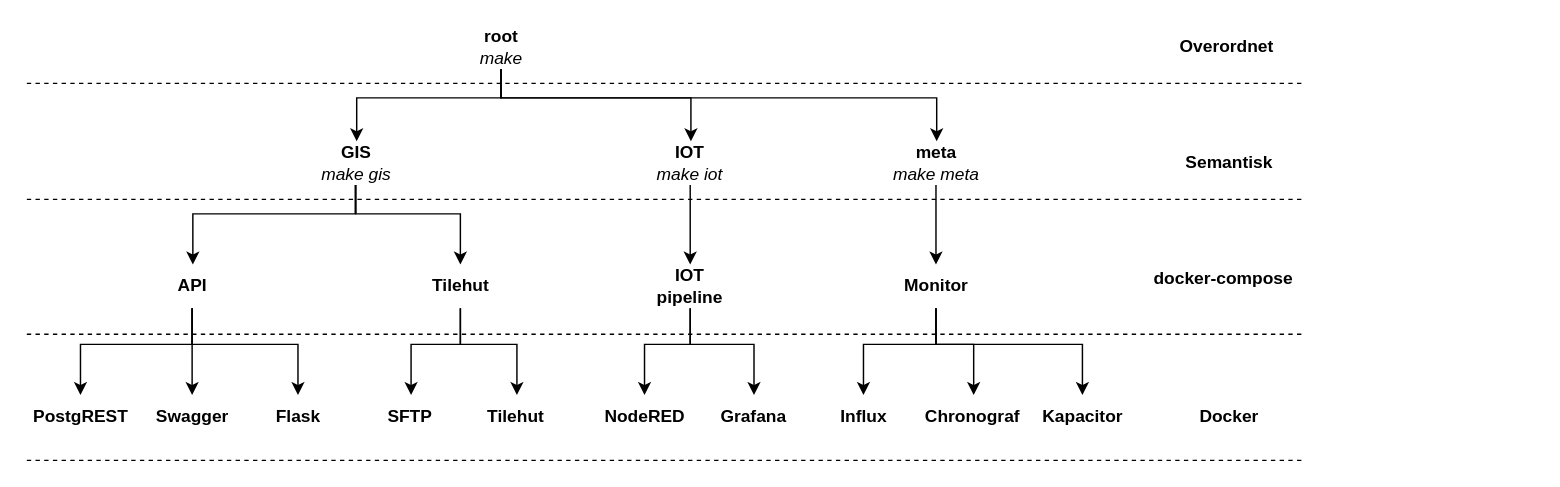
Above: figures/tree.drawio in frederiksberg/prod-app1-deployment (draw.io), before the change. Source tidied: cells renumbered, new cells numbered last; positions are measured from the earlier drawing's top-left corner, leaving out a move shared by most shapes. Both pictures are drawn from the tidied source at 145%, with x=0, y=0 at pixel (25, 25).
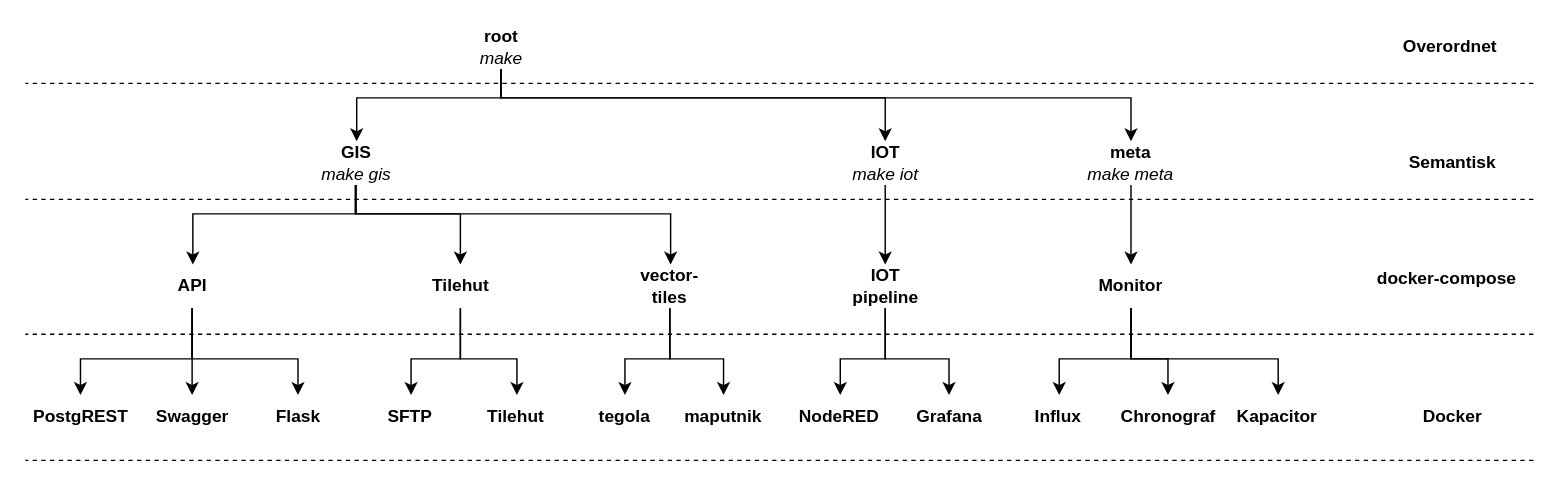
The same diagram, later.

Unchanged cells that the change refers to:
```xml
<mxCell id="5" value="&lt;b&gt;root&lt;/b&gt;&lt;br&gt;&lt;i&gt;make&lt;/i&gt;&lt;br&gt;" style="text;html=1;strokeColor=none;fillColor=none;align=center;verticalAlign=middle;whiteSpace=wrap;rounded=0;" parent="1" vertex="1">
  <mxGeometry x="296.5" width="63" height="30" as="geometry" />
</mxCell>
<mxCell id="24" value="&lt;b&gt;GIS&lt;/b&gt;&lt;br&gt;&lt;i&gt;make gis&lt;/i&gt;&lt;br&gt;" style="text;html=1;strokeColor=none;fillColor=none;align=center;verticalAlign=middle;whiteSpace=wrap;rounded=0;" parent="1" vertex="1">
  <mxGeometry x="196.5" y="80" width="63" height="30" as="geometry" />
</mxCell>
<mxCell id="28" value="&lt;b&gt;API&lt;/b&gt;&lt;br&gt;" style="text;html=1;strokeColor=none;fillColor=none;align=center;verticalAlign=middle;whiteSpace=wrap;rounded=0;" parent="1" vertex="1">
  <mxGeometry x="83.5" y="165" width="63" height="30" as="geometry" />
</mxCell>
<mxCell id="31" value="&lt;b&gt;Tilehut&lt;/b&gt;&lt;br&gt;" style="text;html=1;strokeColor=none;fillColor=none;align=center;verticalAlign=middle;whiteSpace=wrap;rounded=0;" parent="1" vertex="1">
  <mxGeometry x="268.5" y="165" width="63" height="30" as="geometry" />
</mxCell>
<mxCell id="32" value="&lt;b&gt;SFTP&lt;/b&gt;&lt;br&gt;" style="text;html=1;strokeColor=none;fillColor=none;align=center;verticalAlign=middle;whiteSpace=wrap;rounded=0;" parent="1" vertex="1">
  <mxGeometry x="234" y="255" width="63" height="30" as="geometry" />
</mxCell>
<mxCell id="33" value="&lt;b&gt;Tilehut&lt;/b&gt;&lt;br&gt;" style="text;html=1;strokeColor=none;fillColor=none;align=center;verticalAlign=middle;whiteSpace=wrap;rounded=0;" parent="1" vertex="1">
  <mxGeometry x="307" y="255" width="63" height="30" as="geometry" />
</mxCell>
<mxCell id="35" value="&lt;b&gt;Flask&lt;/b&gt;&lt;br&gt;" style="text;html=1;strokeColor=none;fillColor=none;align=center;verticalAlign=middle;whiteSpace=wrap;rounded=0;" parent="1" vertex="1">
  <mxGeometry x="156.5" y="255" width="63" height="30" as="geometry" />
</mxCell>
<mxCell id="36" value="&lt;b&gt;PostgREST&lt;/b&gt;" style="text;html=1;strokeColor=none;fillColor=none;align=center;verticalAlign=middle;whiteSpace=wrap;rounded=0;" parent="1" vertex="1">
  <mxGeometry x="6.5" y="255" width="63" height="30" as="geometry" />
</mxCell>
```

What changed in the source:
```diff
@@
+    <mxCell id="4" style="edgeStyle=orthogonalEdgeStyle;rounded=0;jettySize=auto;html=1;" parent="1" edge="1" source="5" target="16">
+      <mxGeometry relative="1" as="geometry">
+        <Array as="points">
+          <mxPoint x="328" y="50" />
+          <mxPoint x="593" y="50" />
+        </Array>
+      </mxGeometry>
+    </mxCell>
-    <mxCell id="3" style="edgeStyle=orthogonalEdgeStyle;rounded=0;jettySize=auto;html=1;" parent="1" edge="1" source="5" target="7">
+    <mxCell id="3" style="edgeStyle=orthogonalEdgeStyle;rounded=0;jettySize=auto;html=1;entryX=0.5;entryY=0;entryDx=0;entryDy=0;" parent="1" edge="1" source="5" target="7">
       <mxGeometry relative="1" as="geometry">
         <Array as="points">
-          <mxPoint x="328.5" y="50" />
-          <mxPoint x="628.5" y="50" />
+          <mxPoint x="328" y="50" />
+          <mxPoint x="763" y="50" />
         </Array>
       </mxGeometry>
     </mxCell>
-    <mxCell id="4" style="edgeStyle=orthogonalEdgeStyle;rounded=0;jettySize=auto;html=1;" parent="1" edge="1" source="5" target="16">
-      <mxGeometry relative="1" as="geometry">
-        <Array as="points">
-          <mxPoint x="328" y="50" />
-          <mxPoint x="459" y="50" />
-        </Array>
-      </mxGeometry>
-    </mxCell>
@@
     <mxCell id="7" value="&lt;b&gt;meta&lt;/b&gt;&lt;br&gt;&lt;i&gt;make meta&lt;/i&gt;&lt;br&gt;" style="text;html=1;strokeColor=none;fillColor=none;align=center;verticalAlign=middle;whiteSpace=wrap;rounded=0;" parent="1" vertex="1">
-      <mxGeometry x="596.5" y="80" width="63" height="30" as="geometry" />
+      <mxGeometry x="731" y="80" width="63" height="30" as="geometry" />
     </mxCell>
     <mxCell id="8" style="edgeStyle=orthogonalEdgeStyle;rounded=0;jettySize=auto;html=1;" parent="1" edge="1" source="11" target="14">
       <mxGeometry relative="1" as="geometry">
         <Array as="points">
-          <mxPoint x="628" y="220" />
-          <mxPoint x="578" y="220" />
+          <mxPoint x="763" y="230" />
+          <mxPoint x="713" y="230" />
         </Array>
       </mxGeometry>
     </mxCell>
     <mxCell id="9" style="edgeStyle=orthogonalEdgeStyle;rounded=0;jettySize=auto;html=1;" parent="1" edge="1" source="11" target="13">
       <mxGeometry relative="1" as="geometry">
         <Array as="points">
-          <mxPoint x="628" y="220" />
-          <mxPoint x="654" y="220" />
+          <mxPoint x="763" y="230" />
+          <mxPoint x="788" y="230" />
         </Array>
       </mxGeometry>
     </mxCell>
     <mxCell id="10" style="edgeStyle=orthogonalEdgeStyle;rounded=0;jettySize=auto;html=1;" parent="1" edge="1" source="11" target="12">
       <mxGeometry relative="1" as="geometry">
         <Array as="points">
-          <mxPoint x="628" y="220" />
-          <mxPoint x="729" y="220" />
+          <mxPoint x="763" y="230" />
+          <mxPoint x="864" y="230" />
         </Array>
       </mxGeometry>
     </mxCell>
     <mxCell id="11" value="&lt;b&gt;Monitor&lt;/b&gt;&lt;br&gt;" style="text;html=1;strokeColor=none;fillColor=none;align=center;verticalAlign=middle;whiteSpace=wrap;rounded=0;" parent="1" vertex="1">
-      <mxGeometry x="596.5" y="165" width="63" height="30" as="geometry" />
+      <mxGeometry x="731" y="165" width="63" height="30" as="geometry" />
     </mxCell>
     <mxCell id="12" value="&lt;b&gt;Kapacitor&lt;/b&gt;&lt;br&gt;" style="text;html=1;strokeColor=none;fillColor=none;align=center;verticalAlign=middle;whiteSpace=wrap;rounded=0;" parent="1" vertex="1">
-      <mxGeometry x="697.5" y="255" width="63" height="30" as="geometry" />
+      <mxGeometry x="832" y="255" width="63" height="30" as="geometry" />
     </mxCell>
     <mxCell id="13" value="&lt;b&gt;Chronograf&lt;/b&gt;&lt;br&gt;" style="text;html=1;strokeColor=none;fillColor=none;align=center;verticalAlign=middle;whiteSpace=wrap;rounded=0;" parent="1" vertex="1">
-      <mxGeometry x="622" y="255" width="63" height="30" as="geometry" />
+      <mxGeometry x="756.5" y="255" width="63" height="30" as="geometry" />
     </mxCell>
     <mxCell id="14" value="&lt;b&gt;Influx&lt;/b&gt;&lt;br&gt;" style="text;html=1;strokeColor=none;fillColor=none;align=center;verticalAlign=middle;whiteSpace=wrap;rounded=0;" parent="1" vertex="1">
-      <mxGeometry x="546.5" y="255" width="63" height="30" as="geometry" />
+      <mxGeometry x="681" y="255" width="63" height="30" as="geometry" />
     </mxCell>
@@
     <mxCell id="16" value="&lt;b&gt;IOT&lt;/b&gt;&lt;br&gt;&lt;i&gt;make iot&lt;/i&gt;&lt;br&gt;" style="text;html=1;strokeColor=none;fillColor=none;align=center;verticalAlign=middle;whiteSpace=wrap;rounded=0;" parent="1" vertex="1">
-      <mxGeometry x="427" y="80" width="63" height="30" as="geometry" />
+      <mxGeometry x="561.5" y="80" width="63" height="30" as="geometry" />
     </mxCell>
     <mxCell id="17" style="edgeStyle=orthogonalEdgeStyle;rounded=0;jettySize=auto;html=1;" parent="1" edge="1" source="19" target="20">
       <mxGeometry relative="1" as="geometry">
         <Array as="points">
-          <mxPoint x="459" y="220" />
-          <mxPoint x="427" y="220" />
+          <mxPoint x="593" y="230" />
+          <mxPoint x="562" y="230" />
         </Array>
       </mxGeometry>
     </mxCell>
     <mxCell id="18" style="edgeStyle=orthogonalEdgeStyle;rounded=0;jettySize=auto;html=1;entryX=0.5;entryY=0;entryDx=0;entryDy=0;" parent="1" edge="1" source="19" target="21">
       <mxGeometry relative="1" as="geometry">
         <Array as="points">
-          <mxPoint x="459" y="220" />
-          <mxPoint x="503" y="220" />
+          <mxPoint x="593" y="230" />
+          <mxPoint x="637" y="230" />
         </Array>
       </mxGeometry>
     </mxCell>
     <mxCell id="19" value="&lt;b&gt;IOT pipeline&lt;/b&gt;&lt;br&gt;" style="text;html=1;strokeColor=none;fillColor=none;align=center;verticalAlign=middle;whiteSpace=wrap;rounded=0;" parent="1" vertex="1">
-      <mxGeometry x="427" y="165" width="63" height="30" as="geometry" />
+      <mxGeometry x="561.5" y="165" width="63" height="30" as="geometry" />
     </mxCell>
     <mxCell id="20" value="&lt;b&gt;NodeRED&lt;/b&gt;&lt;br&gt;" style="text;html=1;strokeColor=none;fillColor=none;align=center;verticalAlign=middle;whiteSpace=wrap;rounded=0;" parent="1" vertex="1">
-      <mxGeometry x="395.5" y="255" width="63" height="30" as="geometry" />
+      <mxGeometry x="530" y="255" width="63" height="30" as="geometry" />
     </mxCell>
     <mxCell id="21" value="&lt;b&gt;Grafana&lt;/b&gt;&lt;br&gt;" style="text;html=1;strokeColor=none;fillColor=none;align=center;verticalAlign=middle;whiteSpace=wrap;rounded=0;" parent="1" vertex="1">
-      <mxGeometry x="471" y="255" width="63" height="30" as="geometry" />
+      <mxGeometry x="605.5" y="255" width="63" height="30" as="geometry" />
     </mxCell>
@@
+    <mxCell id="45" style="edgeStyle=orthogonalEdgeStyle;rounded=0;jettySize=auto;html=1;" parent="1" edge="1" source="24" target="48">
+      <mxGeometry relative="1" as="geometry">
+        <Array as="points">
+          <mxPoint x="228" y="130" />
+          <mxPoint x="445" y="130" />
+        </Array>
+      </mxGeometry>
+    </mxCell>
@@
     <mxCell id="25" style="edgeStyle=orthogonalEdgeStyle;rounded=0;jettySize=auto;html=1;" parent="1" edge="1" source="28" target="36">
       <mxGeometry relative="1" as="geometry">
         <Array as="points">
-          <mxPoint x="115" y="220" />
-          <mxPoint x="38" y="220" />
+          <mxPoint x="115" y="230" />
+          <mxPoint x="38" y="230" />
         </Array>
       </mxGeometry>
     </mxCell>
@@
     <mxCell id="27" style="edgeStyle=orthogonalEdgeStyle;rounded=0;jettySize=auto;html=1;entryX=0.5;entryY=0;entryDx=0;entryDy=0;" parent="1" edge="1" source="28" target="35">
       <mxGeometry relative="1" as="geometry">
         <Array as="points">
-          <mxPoint x="115" y="220" />
-          <mxPoint x="188" y="220" />
+          <mxPoint x="115" y="230" />
+          <mxPoint x="188" y="230" />
         </Array>
       </mxGeometry>
     </mxCell>
@@
     <mxCell id="29" style="edgeStyle=orthogonalEdgeStyle;rounded=0;jettySize=auto;html=1;" parent="1" edge="1" source="31" target="33">
       <mxGeometry relative="1" as="geometry">
         <Array as="points">
-          <mxPoint x="300" y="220" />
-          <mxPoint x="339" y="220" />
+          <mxPoint x="300" y="230" />
+          <mxPoint x="339" y="230" />
         </Array>
       </mxGeometry>
     </mxCell>
     <mxCell id="30" style="edgeStyle=orthogonalEdgeStyle;rounded=0;jettySize=auto;html=1;" parent="1" edge="1" source="31" target="32">
       <mxGeometry relative="1" as="geometry">
         <Array as="points">
-          <mxPoint x="300" y="220" />
-          <mxPoint x="266" y="220" />
+          <mxPoint x="300" y="230" />
+          <mxPoint x="266" y="230" />
         </Array>
       </mxGeometry>
     </mxCell>
@@
     <mxCell id="37" style="endArrow=none;dashed=1;html=1;" parent="1" edge="1">
       <mxGeometry relative="1" as="geometry">
-        <mxPoint x="880" y="300" as="sourcePoint" />
+        <mxPoint x="1040" y="300" as="sourcePoint" />
         <mxPoint y="300" as="targetPoint" />
       </mxGeometry>
     </mxCell>
     <mxCell id="38" style="endArrow=none;dashed=1;html=1;" parent="1" edge="1">
       <mxGeometry relative="1" as="geometry">
-        <mxPoint x="880" y="213" as="sourcePoint" />
+        <mxPoint x="1040" y="213" as="sourcePoint" />
         <mxPoint y="213" as="targetPoint" />
       </mxGeometry>
     </mxCell>
     <mxCell id="39" style="endArrow=none;dashed=1;html=1;" parent="1" edge="1">
       <mxGeometry relative="1" as="geometry">
-        <mxPoint x="880" y="120" as="sourcePoint" />
+        <mxPoint x="1040" y="120" as="sourcePoint" />
         <mxPoint y="120" as="targetPoint" />
       </mxGeometry>
     </mxCell>
     <mxCell id="40" style="endArrow=none;dashed=1;html=1;" parent="1" edge="1">
       <mxGeometry relative="1" as="geometry">
-        <mxPoint x="880" y="40" as="sourcePoint" />
+        <mxPoint x="1040" y="40" as="sourcePoint" />
         <mxPoint y="40" as="targetPoint" />
       </mxGeometry>
     </mxCell>
     <mxCell id="41" value="&lt;b&gt;Overordnet&amp;nbsp;&lt;/b&gt;" style="text;html=1;strokeColor=none;fillColor=none;align=center;verticalAlign=middle;whiteSpace=wrap;rounded=0;" parent="1" vertex="1">
-      <mxGeometry x="780" width="101" height="30" as="geometry" />
+      <mxGeometry x="934" width="101" height="30" as="geometry" />
     </mxCell>
     <mxCell id="42" value="&lt;b&gt;Semantisk&lt;/b&gt;" style="text;html=1;strokeColor=none;fillColor=none;align=center;verticalAlign=middle;whiteSpace=wrap;rounded=0;" parent="1" vertex="1">
-      <mxGeometry x="780" y="80" width="101" height="30" as="geometry" />
+      <mxGeometry x="934" y="80" width="101" height="30" as="geometry" />
     </mxCell>
     <mxCell id="43" value="&lt;b&gt;docker-compose&lt;/b&gt;" style="text;html=1;strokeColor=none;fillColor=none;align=center;verticalAlign=middle;whiteSpace=wrap;rounded=0;" parent="1" vertex="1">
-      <mxGeometry x="776" y="160" width="101" height="30" as="geometry" />
+      <mxGeometry x="930" y="160" width="101" height="30" as="geometry" />
     </mxCell>
     <mxCell id="44" value="&lt;b&gt;Docker&lt;/b&gt;" style="text;html=1;strokeColor=none;fillColor=none;align=center;verticalAlign=middle;whiteSpace=wrap;rounded=0;" parent="1" vertex="1">
-      <mxGeometry x="780" y="255" width="101" height="30" as="geometry" />
+      <mxGeometry x="934" y="255" width="101" height="30" as="geometry" />
     </mxCell>
+    <mxCell id="46" style="edgeStyle=orthogonalEdgeStyle;rounded=0;jettySize=auto;html=1;entryX=0.5;entryY=0;entryDx=0;entryDy=0;" parent="1" edge="1" source="48" target="49">
+      <mxGeometry relative="1" as="geometry">
+        <Array as="points">
+          <mxPoint x="445" y="230" />
+          <mxPoint x="414" y="230" />
+        </Array>
+      </mxGeometry>
+    </mxCell>
+    <mxCell id="47" style="edgeStyle=orthogonalEdgeStyle;rounded=0;jettySize=auto;html=1;entryX=0.5;entryY=0;entryDx=0;entryDy=0;" parent="1" edge="1" source="48" target="50">
+      <mxGeometry relative="1" as="geometry">
+        <Array as="points">
+          <mxPoint x="445" y="230" />
+          <mxPoint x="482" y="230" />
+        </Array>
+      </mxGeometry>
+    </mxCell>
+    <mxCell id="48" value="&lt;b&gt;vector-tiles&lt;/b&gt;&lt;br&gt;" style="text;html=1;strokeColor=none;fillColor=none;align=center;verticalAlign=middle;whiteSpace=wrap;rounded=0;" parent="1" vertex="1">
+      <mxGeometry x="413" y="165" width="63" height="30" as="geometry" />
+    </mxCell>
+    <mxCell id="49" value="&lt;b&gt;tegola&lt;/b&gt;&lt;br&gt;" style="text;html=1;strokeColor=none;fillColor=none;align=center;verticalAlign=middle;whiteSpace=wrap;rounded=0;" parent="1" vertex="1">
+      <mxGeometry x="382" y="255" width="63" height="30" as="geometry" />
+    </mxCell>
+    <mxCell id="50" value="&lt;b&gt;maputnik&lt;/b&gt;&lt;br&gt;" style="text;html=1;strokeColor=none;fillColor=none;align=center;verticalAlign=middle;whiteSpace=wrap;rounded=0;" parent="1" vertex="1">
+      <mxGeometry x="450" y="255" width="63" height="30" as="geometry" />
+    </mxCell>
```
